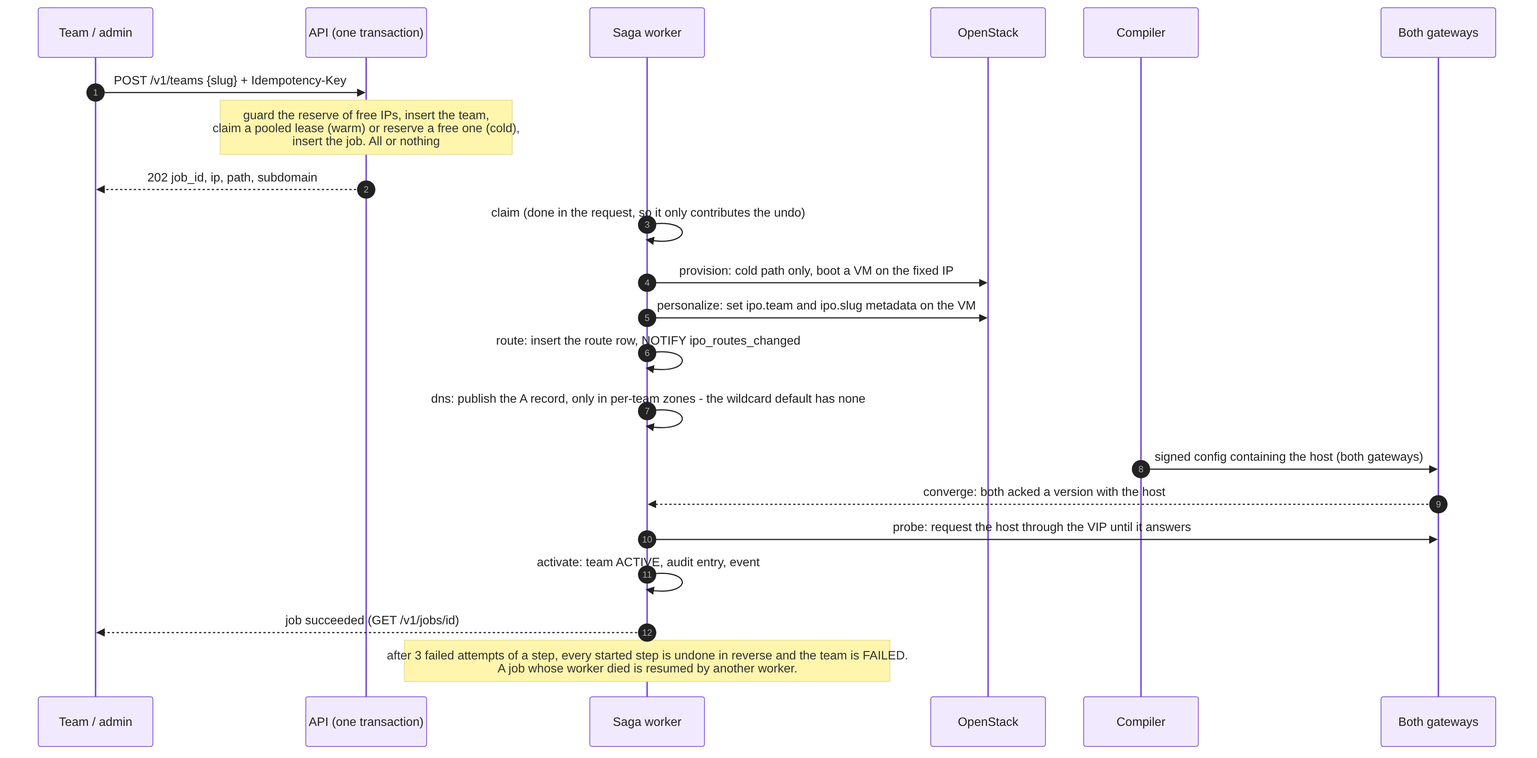
The Mermaid diagram docs/diagrams/registration-saga.png in Skan22/CSTAM, before a commit. Its source is kept beside it as docs/diagrams/registration-saga.mmd.
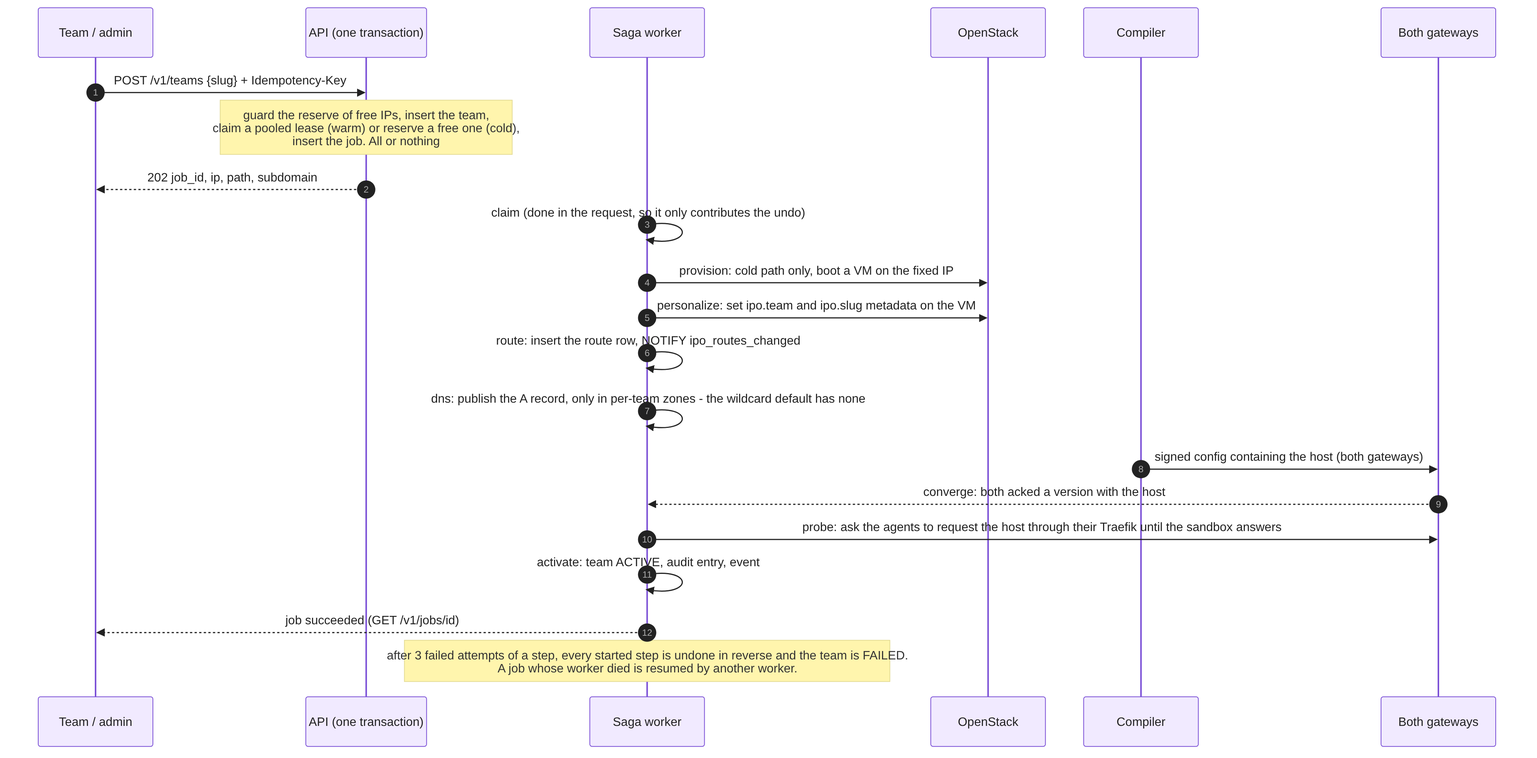
The same diagram one commit later.

The edit, as a diff of the source:
```diff
@@ -16,7 +16,7 @@
   W->>W: dns: publish the A record, only in per-team zones - the wildcard default has none
   CC->>G: signed config containing the host (both gateways)
   G-->>W: converge: both acked a version with the host
-  W->>G: probe: request the host through the VIP until it answers
+  W->>G: probe: ask the agents to request the host through their Traefik until the sandbox answers
   W->>W: activate: team ACTIVE, audit entry, event
   W-->>U: job succeeded (GET /v1/jobs/id)
   Note over W: after 3 failed attempts of a step, every started step is undone in reverse and the team is FAILED.<br/>A job whose worker died is resumed by another worker.
```
